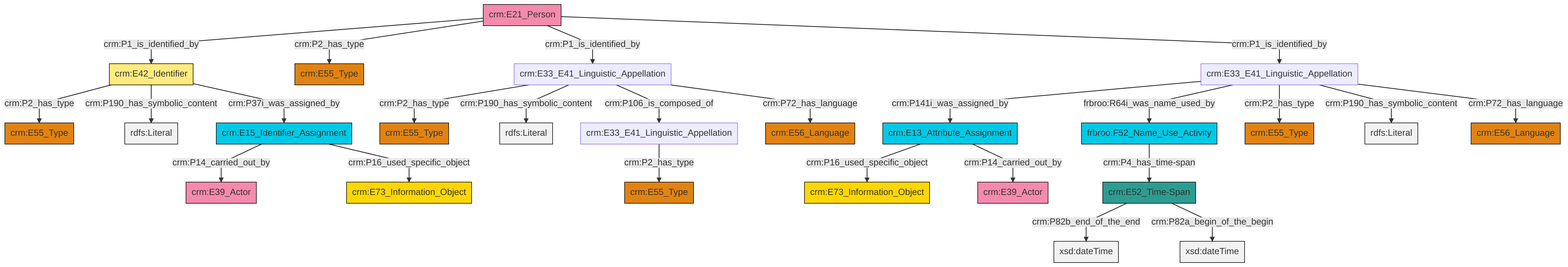
Before: et/personCSV/ttl/mmd/png/Person_Names_and_Classification.png, a diagram exported from Mermaid (swiss-art-research-net/reference-data-models). Its source is kept beside it as et/personCSV/ttl/mmd/Person_Names_and_Classification.ttl.mmd.
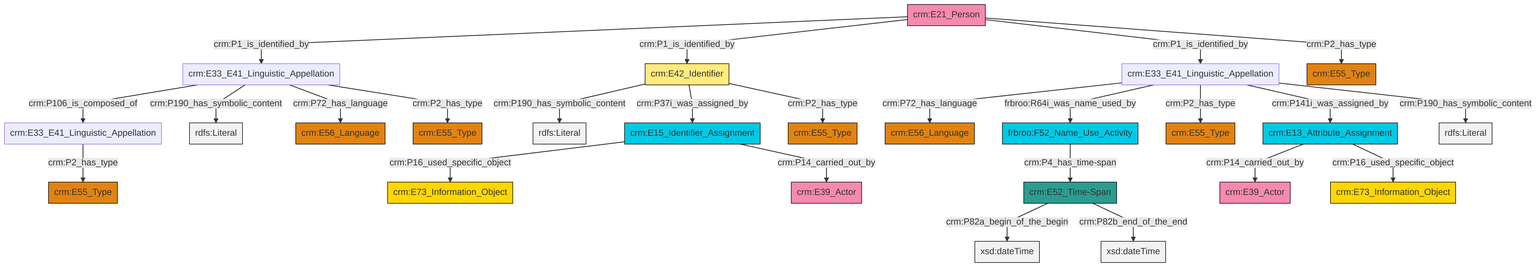
Later version of the same file.

Diff of the diagram source:
```diff
@@ -13,27 +13,27 @@
 classDef PC_Classes fill:#4ce600, stroke:#000000;
 classDef Multi fill:#cccccc,stroke:#000000;
 
-0["crm:E33_E41_Linguistic_Appellation"]:::Default -->|crm:P141i_was_assigned_by| 1["crm:E13_Attribute_Assignment"]:::Temporal_Entity
-4["crm:E15_Identifier_Assignment"]:::Temporal_Entity -->|crm:P14_carried_out_by| 5["crm:E39_Actor"]:::Actor
-6["crm:E21_Person"]:::Actor -->|crm:P1_is_identified_by| 7["crm:E42_Identifier"]:::Appellation
-7["crm:E42_Identifier"]:::Appellation -->|crm:P2_has_type| 8["crm:E55_Type"]:::Type
-0["crm:E33_E41_Linguistic_Appellation"]:::Default -->|frbroo:R64i_was_name_used_by| 9["frbroo:F52_Name_Use_Activity"]:::Temporal_Entity
-0["crm:E33_E41_Linguistic_Appellation"]:::Default -->|crm:P2_has_type| 10["crm:E55_Type"]:::Type
-7["crm:E42_Identifier"]:::Appellation -->|crm:P190_has_symbolic_content| 14[rdfs:Literal]:::Literal
-0["crm:E33_E41_Linguistic_Appellation"]:::Default -->|crm:P190_has_symbolic_content| 16[rdfs:Literal]:::Literal
-6["crm:E21_Person"]:::Actor -->|crm:P2_has_type| 2["crm:E55_Type"]:::Type
-9["frbroo:F52_Name_Use_Activity"]:::Temporal_Entity -->|crm:P4_has_time-span| 20["crm:E52_Time-Span"]:::Time-Span
-6["crm:E21_Person"]:::Actor -->|crm:P1_is_identified_by| 21["crm:E33_E41_Linguistic_Appellation"]:::Default
-7["crm:E42_Identifier"]:::Appellation -->|crm:P37i_was_assigned_by| 4["crm:E15_Identifier_Assignment"]:::Temporal_Entity
-21["crm:E33_E41_Linguistic_Appellation"]:::Default -->|crm:P2_has_type| 26["crm:E55_Type"]:::Type
-4["crm:E15_Identifier_Assignment"]:::Temporal_Entity -->|crm:P16_used_specific_object| 28["crm:E73_Information_Object"]:::Conceptual_Object
-21["crm:E33_E41_Linguistic_Appellation"]:::Default -->|crm:P190_has_symbolic_content| 32[rdfs:Literal]:::Literal
-1["crm:E13_Attribute_Assignment"]:::Temporal_Entity -->|crm:P16_used_specific_object| 18["crm:E73_Information_Object"]:::Conceptual_Object
-29["crm:E33_E41_Linguistic_Appellation"]:::Default -->|crm:P2_has_type| 22["crm:E55_Type"]:::Type
-20["crm:E52_Time-Span"]:::Time-Span -->|crm:P82b_end_of_the_end| 37[xsd:dateTime]:::Literal
-0["crm:E33_E41_Linguistic_Appellation"]:::Default -->|crm:P72_has_language| 12["crm:E56_Language"]:::Type
-6["crm:E21_Person"]:::Actor -->|crm:P1_is_identified_by| 0["crm:E33_E41_Linguistic_Appellation"]:::Default
-20["crm:E52_Time-Span"]:::Time-Span -->|crm:P82a_begin_of_the_begin| 40[xsd:dateTime]:::Literal
-21["crm:E33_E41_Linguistic_Appellation"]:::Default -->|crm:P106_is_composed_of| 29["crm:E33_E41_Linguistic_Appellation"]:::Default
-1["crm:E13_Attribute_Assignment"]:::Temporal_Entity -->|crm:P14_carried_out_by| 41["crm:E39_Actor"]:::Actor
-21["crm:E33_E41_Linguistic_Appellation"]:::Default -->|crm:P72_has_language| 24["crm:E56_Language"]:::Type
+2["crm:E33_E41_Linguistic_Appellation"]:::Default -->|crm:P72_has_language| 3["crm:E56_Language"]:::Type
+4["frbroo:F52_Name_Use_Activity"]:::Temporal_Entity -->|crm:P4_has_time-span| 5["crm:E52_Time-Span"]:::Time-Span
+6["crm:E33_E41_Linguistic_Appellation"]:::Default -->|crm:P106_is_composed_of| 7["crm:E33_E41_Linguistic_Appellation"]:::Default
+0["crm:E15_Identifier_Assignment"]:::Temporal_Entity -->|crm:P16_used_specific_object| 12["crm:E73_Information_Object"]:::Conceptual_Object
+2["crm:E33_E41_Linguistic_Appellation"]:::Default -->|frbroo:R64i_was_name_used_by| 4["frbroo:F52_Name_Use_Activity"]:::Temporal_Entity
+7["crm:E33_E41_Linguistic_Appellation"]:::Default -->|crm:P2_has_type| 8["crm:E55_Type"]:::Type
+14["crm:E42_Identifier"]:::Appellation -->|crm:P190_has_symbolic_content| 15[rdfs:Literal]:::Literal
+6["crm:E33_E41_Linguistic_Appellation"]:::Default -->|crm:P190_has_symbolic_content| 18[rdfs:Literal]:::Literal
+14["crm:E42_Identifier"]:::Appellation -->|crm:P37i_was_assigned_by| 0["crm:E15_Identifier_Assignment"]:::Temporal_Entity
+22["crm:E21_Person"]:::Actor -->|crm:P1_is_identified_by| 6["crm:E33_E41_Linguistic_Appellation"]:::Default
+0["crm:E15_Identifier_Assignment"]:::Temporal_Entity -->|crm:P14_carried_out_by| 29["crm:E39_Actor"]:::Actor
+5["crm:E52_Time-Span"]:::Time-Span -->|crm:P82a_begin_of_the_begin| 30[xsd:dateTime]:::Literal
+31["crm:E13_Attribute_Assignment"]:::Temporal_Entity -->|crm:P14_carried_out_by| 26["crm:E39_Actor"]:::Actor
+22["crm:E21_Person"]:::Actor -->|crm:P1_is_identified_by| 14["crm:E42_Identifier"]:::Appellation
+6["crm:E33_E41_Linguistic_Appellation"]:::Default -->|crm:P72_has_language| 36["crm:E56_Language"]:::Type
+22["crm:E21_Person"]:::Actor -->|crm:P1_is_identified_by| 2["crm:E33_E41_Linguistic_Appellation"]:::Default
+2["crm:E33_E41_Linguistic_Appellation"]:::Default -->|crm:P2_has_type| 16["crm:E55_Type"]:::Type
+31["crm:E13_Attribute_Assignment"]:::Temporal_Entity -->|crm:P16_used_specific_object| 10["crm:E73_Information_Object"]:::Conceptual_Object
+14["crm:E42_Identifier"]:::Appellation -->|crm:P2_has_type| 33["crm:E55_Type"]:::Type
+5["crm:E52_Time-Span"]:::Time-Span -->|crm:P82b_end_of_the_end| 42[xsd:dateTime]:::Literal
+2["crm:E33_E41_Linguistic_Appellation"]:::Default -->|crm:P141i_was_assigned_by| 31["crm:E13_Attribute_Assignment"]:::Temporal_Entity
+2["crm:E33_E41_Linguistic_Appellation"]:::Default -->|crm:P190_has_symbolic_content| 45[rdfs:Literal]:::Literal
+22["crm:E21_Person"]:::Actor -->|crm:P2_has_type| 24["crm:E55_Type"]:::Type
+6["crm:E33_E41_Linguistic_Appellation"]:::Default -->|crm:P2_has_type| 19["crm:E55_Type"]:::Type
```
